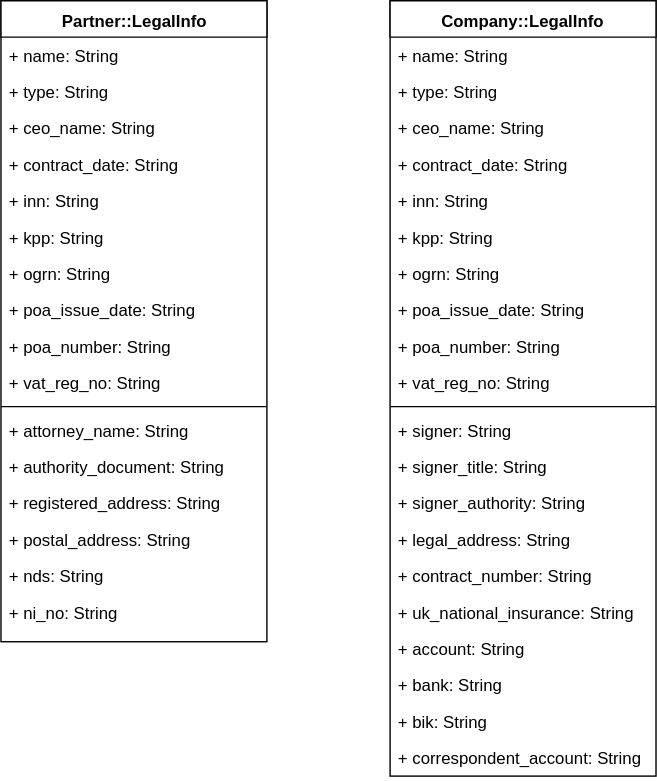
Earlier version of the draw.io export legal-info.svg (ajile/draw-io). Source tidied: cells renumbered, new cells last; positions are measured from the earlier drawing's top-left corner, leaving out a move shared by most shapes.
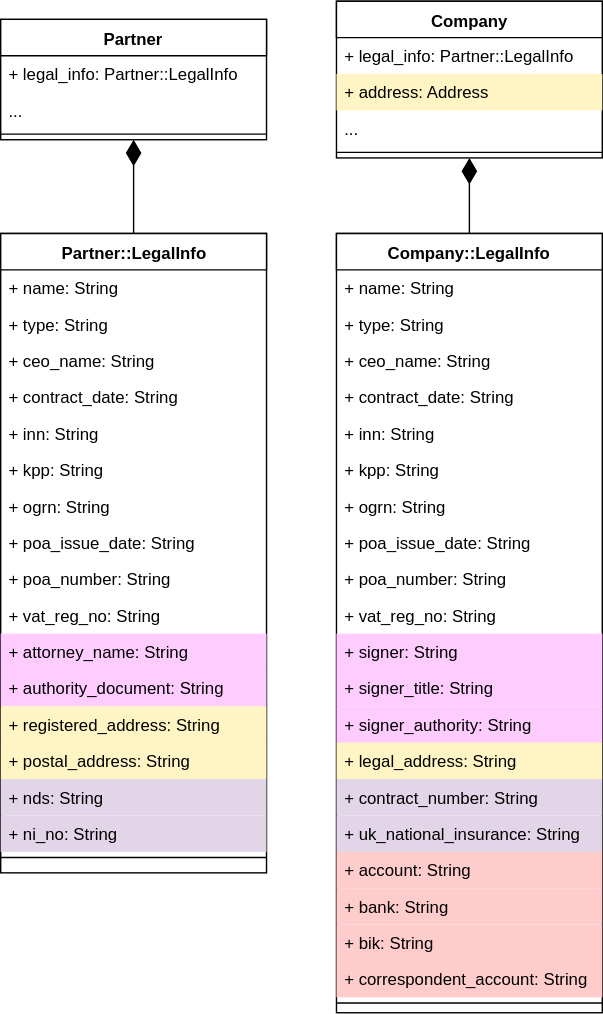
After the change.

What changed in the source:
```diff
@@ -2,8 +2,11 @@
   <root>
     <mxCell id="0" />
     <mxCell id="1" parent="0" />
+    <mxCell id="42" style="edgeStyle=orthogonalEdgeStyle;rounded=0;html=1;jettySize=auto;endArrow=diamondThin;endFill=1;endSize=16;" parent="1" edge="1" source="2" target="43">
+      <mxGeometry relative="1" as="geometry" />
+    </mxCell>
     <mxCell id="2" value="Partner::LegalInfo" style="swimlane;html=1;fontStyle=1;align=center;verticalAlign=top;horizontal=1;startSize=26;swimlaneFillColor=#ffffff;" parent="1" vertex="1">
-      <mxGeometry width="190" height="458" as="geometry" />
+      <mxGeometry y="91" width="190" height="457" as="geometry" />
     </mxCell>
     <mxCell id="3" value="+ name: String" style="text;html=1;strokeColor=none;fillColor=none;align=left;verticalAlign=top;spacingLeft=4;spacingRight=4;whiteSpace=wrap;overflow=hidden;" parent="2" vertex="1">
       <mxGeometry y="26" width="190" height="26" as="geometry" />
@@ -35,29 +38,29 @@
     <mxCell id="12" value="+ vat_reg_no: String" style="text;html=1;strokeColor=none;fillColor=none;align=left;verticalAlign=top;spacingLeft=4;spacingRight=4;whiteSpace=wrap;overflow=hidden;" parent="2" vertex="1">
       <mxGeometry y="260" width="190" height="26" as="geometry" />
     </mxCell>
-    <mxCell id="13" style="line;html=1;strokeWidth=1;fillColor=none;align=left;verticalAlign=middle;spacingTop=-1;spacingLeft=3;spacingRight=3;labelPosition=right;" parent="2" vertex="1">
-      <mxGeometry y="286" width="190" height="8" as="geometry" />
-    </mxCell>
-    <mxCell id="14" value="+ attorney_name: String" style="text;html=1;strokeColor=none;fillColor=none;align=left;verticalAlign=top;spacingLeft=4;spacingRight=4;whiteSpace=wrap;overflow=hidden;" parent="2" vertex="1">
-      <mxGeometry y="294" width="190" height="26" as="geometry" />
+    <mxCell id="14" value="+ attorney_name: String" style="text;html=1;strokeColor=none;fillColor=#FFCCFF;align=left;verticalAlign=top;spacingLeft=4;spacingRight=4;whiteSpace=wrap;overflow=hidden;" parent="2" vertex="1">
+      <mxGeometry y="286" width="190" height="26" as="geometry" />
     </mxCell>
-    <mxCell id="15" value="+ authority_document: String" style="text;html=1;strokeColor=none;fillColor=none;align=left;verticalAlign=top;spacingLeft=4;spacingRight=4;whiteSpace=wrap;overflow=hidden;" parent="2" vertex="1">
-      <mxGeometry y="320" width="190" height="26" as="geometry" />
+    <mxCell id="15" value="+ authority_document: String" style="text;html=1;strokeColor=none;fillColor=#FFCCFF;align=left;verticalAlign=top;spacingLeft=4;spacingRight=4;whiteSpace=wrap;overflow=hidden;" parent="2" vertex="1">
+      <mxGeometry y="312" width="190" height="26" as="geometry" />
     </mxCell>
-    <mxCell id="16" value="+ registered_address: String" style="text;html=1;strokeColor=none;fillColor=none;align=left;verticalAlign=top;spacingLeft=4;spacingRight=4;whiteSpace=wrap;overflow=hidden;" parent="2" vertex="1">
-      <mxGeometry y="346" width="190" height="26" as="geometry" />
+    <mxCell id="16" value="+ registered_address: String" style="text;html=1;strokeColor=none;fillColor=#FFF4C3;align=left;verticalAlign=top;spacingLeft=4;spacingRight=4;whiteSpace=wrap;overflow=hidden;" parent="2" vertex="1">
+      <mxGeometry y="338" width="190" height="26" as="geometry" />
     </mxCell>
-    <mxCell id="17" value="+ postal_address: String" style="text;html=1;strokeColor=none;fillColor=none;align=left;verticalAlign=top;spacingLeft=4;spacingRight=4;whiteSpace=wrap;overflow=hidden;" parent="2" vertex="1">
-      <mxGeometry y="372" width="190" height="26" as="geometry" />
+    <mxCell id="17" value="+ postal_address: String" style="text;html=1;strokeColor=none;fillColor=#FFF4C3;align=left;verticalAlign=top;spacingLeft=4;spacingRight=4;whiteSpace=wrap;overflow=hidden;" parent="2" vertex="1">
+      <mxGeometry y="364" width="190" height="26" as="geometry" />
     </mxCell>
-    <mxCell id="18" value="+ nds: String" style="text;html=1;strokeColor=none;fillColor=none;align=left;verticalAlign=top;spacingLeft=4;spacingRight=4;whiteSpace=wrap;overflow=hidden;" parent="2" vertex="1">
-      <mxGeometry y="398" width="190" height="26" as="geometry" />
+    <mxCell id="18" value="+ nds: String" style="text;html=1;strokeColor=none;fillColor=#E1D5E7;align=left;verticalAlign=top;spacingLeft=4;spacingRight=4;whiteSpace=wrap;overflow=hidden;" parent="2" vertex="1">
+      <mxGeometry y="390" width="190" height="26" as="geometry" />
     </mxCell>
-    <mxCell id="19" value="+ ni_no: String" style="text;html=1;strokeColor=none;fillColor=none;align=left;verticalAlign=top;spacingLeft=4;spacingRight=4;whiteSpace=wrap;overflow=hidden;" parent="2" vertex="1">
-      <mxGeometry y="424" width="190" height="26" as="geometry" />
+    <mxCell id="19" value="+ ni_no: String" style="text;html=1;strokeColor=none;fillColor=#E1D5E7;align=left;verticalAlign=top;spacingLeft=4;spacingRight=4;whiteSpace=wrap;overflow=hidden;" parent="2" vertex="1">
+      <mxGeometry y="416" width="190" height="26" as="geometry" />
     </mxCell>
+    <mxCell id="13" style="line;html=1;strokeWidth=1;fillColor=none;align=left;verticalAlign=middle;spacingTop=-1;spacingLeft=3;spacingRight=3;labelPosition=right;" parent="2" vertex="1">
+      <mxGeometry y="442" width="190" height="8" as="geometry" />
+    </mxCell>
     <mxCell id="20" value="Company::LegalInfo" style="swimlane;html=1;fontStyle=1;align=center;verticalAlign=top;horizontal=1;startSize=26;swimlaneFillColor=#ffffff;" parent="1" vertex="1">
-      <mxGeometry x="278" width="190" height="554" as="geometry" />
+      <mxGeometry x="240" y="91" width="190" height="557" as="geometry" />
     </mxCell>
     <mxCell id="21" value="+ name: String" style="text;html=1;strokeColor=none;fillColor=none;align=left;verticalAlign=top;spacingLeft=4;spacingRight=4;whiteSpace=wrap;overflow=hidden;" parent="20" vertex="1">
       <mxGeometry y="26" width="190" height="26" as="geometry" />
@@ -89,38 +92,68 @@
     <mxCell id="30" value="+ vat_reg_no: String" style="text;html=1;strokeColor=none;fillColor=none;align=left;verticalAlign=top;spacingLeft=4;spacingRight=4;whiteSpace=wrap;overflow=hidden;" parent="20" vertex="1">
       <mxGeometry y="260" width="190" height="26" as="geometry" />
     </mxCell>
-    <mxCell id="31" style="line;html=1;strokeWidth=1;fillColor=none;align=left;verticalAlign=middle;spacingTop=-1;spacingLeft=3;spacingRight=3;labelPosition=right;" parent="20" vertex="1">
-      <mxGeometry y="286" width="190" height="8" as="geometry" />
-    </mxCell>
-    <mxCell id="32" value="+ signer: String" style="text;html=1;strokeColor=none;fillColor=none;align=left;verticalAlign=top;spacingLeft=4;spacingRight=4;whiteSpace=wrap;overflow=hidden;" parent="20" vertex="1">
-      <mxGeometry y="294" width="190" height="26" as="geometry" />
+    <mxCell id="32" value="+ signer: String" style="text;html=1;strokeColor=none;fillColor=#FFCCFF;align=left;verticalAlign=top;spacingLeft=4;spacingRight=4;whiteSpace=wrap;overflow=hidden;" parent="20" vertex="1">
+      <mxGeometry y="286" width="190" height="26" as="geometry" />
     </mxCell>
-    <mxCell id="33" value="+ signer_title: String" style="text;html=1;strokeColor=none;fillColor=none;align=left;verticalAlign=top;spacingLeft=4;spacingRight=4;whiteSpace=wrap;overflow=hidden;" parent="20" vertex="1">
-      <mxGeometry y="320" width="190" height="26" as="geometry" />
+    <mxCell id="33" value="+ signer_title: String" style="text;html=1;strokeColor=none;fillColor=#FFCCFF;align=left;verticalAlign=top;spacingLeft=4;spacingRight=4;whiteSpace=wrap;overflow=hidden;" parent="20" vertex="1">
+      <mxGeometry y="312" width="190" height="26" as="geometry" />
     </mxCell>
-    <mxCell id="34" value="+ signer_authority: String" style="text;html=1;strokeColor=none;fillColor=none;align=left;verticalAlign=top;spacingLeft=4;spacingRight=4;whiteSpace=wrap;overflow=hidden;" parent="20" vertex="1">
-      <mxGeometry y="346" width="190" height="26" as="geometry" />
+    <mxCell id="34" value="+ signer_authority: String" style="text;html=1;strokeColor=none;fillColor=#FFCCFF;align=left;verticalAlign=top;spacingLeft=4;spacingRight=4;whiteSpace=wrap;overflow=hidden;" parent="20" vertex="1">
+      <mxGeometry y="338" width="190" height="26" as="geometry" />
     </mxCell>
-    <mxCell id="35" value="+ legal_address: String" style="text;html=1;strokeColor=none;fillColor=none;align=left;verticalAlign=top;spacingLeft=4;spacingRight=4;whiteSpace=wrap;overflow=hidden;" parent="20" vertex="1">
-      <mxGeometry y="372" width="190" height="26" as="geometry" />
+    <mxCell id="35" value="+ legal_address: String" style="text;html=1;strokeColor=none;fillColor=#FFF4C3;align=left;verticalAlign=top;spacingLeft=4;spacingRight=4;whiteSpace=wrap;overflow=hidden;" parent="20" vertex="1">
+      <mxGeometry y="364" width="190" height="26" as="geometry" />
     </mxCell>
-    <mxCell id="36" value="+ contract_number: String" style="text;html=1;strokeColor=none;fillColor=none;align=left;verticalAlign=top;spacingLeft=4;spacingRight=4;whiteSpace=wrap;overflow=hidden;" parent="20" vertex="1">
-      <mxGeometry y="398" width="190" height="26" as="geometry" />
+    <mxCell id="36" value="+ contract_number: String" style="text;html=1;strokeColor=none;fillColor=#E1D5E7;align=left;verticalAlign=top;spacingLeft=4;spacingRight=4;whiteSpace=wrap;overflow=hidden;" parent="20" vertex="1">
+      <mxGeometry y="390" width="190" height="26" as="geometry" />
     </mxCell>
-    <mxCell id="37" value="+ uk_national_insurance: String" style="text;html=1;strokeColor=none;fillColor=none;align=left;verticalAlign=top;spacingLeft=4;spacingRight=4;whiteSpace=wrap;overflow=hidden;" parent="20" vertex="1">
-      <mxGeometry y="424" width="190" height="26" as="geometry" />
+    <mxCell id="37" value="+ uk_national_insurance: String" style="text;html=1;strokeColor=none;fillColor=#E1D5E7;align=left;verticalAlign=top;spacingLeft=4;spacingRight=4;whiteSpace=wrap;overflow=hidden;" parent="20" vertex="1">
+      <mxGeometry y="416" width="190" height="26" as="geometry" />
     </mxCell>
-    <mxCell id="38" value="+ account: String" style="text;html=1;strokeColor=none;fillColor=none;align=left;verticalAlign=top;spacingLeft=4;spacingRight=4;whiteSpace=wrap;overflow=hidden;" parent="20" vertex="1">
-      <mxGeometry y="450" width="190" height="26" as="geometry" />
+    <mxCell id="38" value="+ account: String" style="text;html=1;strokeColor=none;fillColor=#FFCCCC;align=left;verticalAlign=top;spacingLeft=4;spacingRight=4;whiteSpace=wrap;overflow=hidden;" parent="20" vertex="1">
+      <mxGeometry y="442" width="190" height="26" as="geometry" />
     </mxCell>
-    <mxCell id="39" value="+ bank: String" style="text;html=1;strokeColor=none;fillColor=none;align=left;verticalAlign=top;spacingLeft=4;spacingRight=4;whiteSpace=wrap;overflow=hidden;" parent="20" vertex="1">
-      <mxGeometry y="476" width="190" height="26" as="geometry" />
+    <mxCell id="39" value="+ bank: String" style="text;html=1;strokeColor=none;fillColor=#FFCCCC;align=left;verticalAlign=top;spacingLeft=4;spacingRight=4;whiteSpace=wrap;overflow=hidden;" parent="20" vertex="1">
+      <mxGeometry y="468" width="190" height="26" as="geometry" />
     </mxCell>
-    <mxCell id="40" value="+ bik: String" style="text;html=1;strokeColor=none;fillColor=none;align=left;verticalAlign=top;spacingLeft=4;spacingRight=4;whiteSpace=wrap;overflow=hidden;" parent="20" vertex="1">
-      <mxGeometry y="502" width="190" height="26" as="geometry" />
+    <mxCell id="40" value="+ bik: String" style="text;html=1;strokeColor=none;fillColor=#FFCCCC;align=left;verticalAlign=top;spacingLeft=4;spacingRight=4;whiteSpace=wrap;overflow=hidden;" parent="20" vertex="1">
+      <mxGeometry y="494" width="190" height="26" as="geometry" />
     </mxCell>
-    <mxCell id="41" value="+ correspondent_account: String" style="text;html=1;strokeColor=none;fillColor=none;align=left;verticalAlign=top;spacingLeft=4;spacingRight=4;whiteSpace=wrap;overflow=hidden;" parent="20" vertex="1">
-      <mxGeometry y="528" width="190" height="26" as="geometry" />
+    <mxCell id="41" value="+ correspondent_account: String" style="text;html=1;strokeColor=none;fillColor=#FFCCCC;align=left;verticalAlign=top;spacingLeft=4;spacingRight=4;whiteSpace=wrap;overflow=hidden;" parent="20" vertex="1">
+      <mxGeometry y="520" width="190" height="26" as="geometry" />
     </mxCell>
+    <mxCell id="31" style="line;html=1;strokeWidth=1;fillColor=none;align=left;verticalAlign=middle;spacingTop=-1;spacingLeft=3;spacingRight=3;labelPosition=right;" parent="20" vertex="1">
+      <mxGeometry y="546" width="190" height="8" as="geometry" />
+    </mxCell>
+    <mxCell id="43" value="Partner" style="swimlane;html=1;fontStyle=1;align=center;verticalAlign=top;horizontal=1;startSize=26;swimlaneFillColor=#ffffff;" parent="1" vertex="1">
+      <mxGeometry y="-62" width="190" height="86" as="geometry" />
+    </mxCell>
+    <mxCell id="44" value="+ legal_info: Partner::LegalInfo" style="text;html=1;strokeColor=none;fillColor=none;align=left;verticalAlign=top;spacingLeft=4;spacingRight=4;whiteSpace=wrap;overflow=hidden;" parent="43" vertex="1">
+      <mxGeometry y="26" width="190" height="26" as="geometry" />
+    </mxCell>
+    <mxCell id="45" value="..." style="text;html=1;strokeColor=none;fillColor=none;align=left;verticalAlign=top;spacingLeft=4;spacingRight=4;whiteSpace=wrap;overflow=hidden;" parent="43" vertex="1">
+      <mxGeometry y="52" width="190" height="26" as="geometry" />
+    </mxCell>
+    <mxCell id="46" style="line;html=1;strokeWidth=1;fillColor=none;align=left;verticalAlign=middle;spacingTop=-1;spacingLeft=3;spacingRight=3;labelPosition=right;" parent="43" vertex="1">
+      <mxGeometry y="78" width="190" height="8" as="geometry" />
+    </mxCell>
+    <mxCell id="47" value="Company" style="swimlane;html=1;fontStyle=1;align=center;verticalAlign=top;horizontal=1;startSize=26;swimlaneFillColor=#ffffff;" parent="1" vertex="1">
+      <mxGeometry x="240" y="-75" width="190" height="112" as="geometry" />
+    </mxCell>
+    <mxCell id="48" value="+ legal_info: Partner::LegalInfo" style="text;html=1;strokeColor=none;fillColor=none;align=left;verticalAlign=top;spacingLeft=4;spacingRight=4;whiteSpace=wrap;overflow=hidden;" parent="47" vertex="1">
+      <mxGeometry y="26" width="190" height="26" as="geometry" />
+    </mxCell>
+    <mxCell id="49" value="+ address: Address" style="text;html=1;strokeColor=none;fillColor=#FFF4C3;align=left;verticalAlign=top;spacingLeft=4;spacingRight=4;whiteSpace=wrap;overflow=hidden;" parent="47" vertex="1">
+      <mxGeometry y="52" width="190" height="26" as="geometry" />
+    </mxCell>
+    <mxCell id="50" value="..." style="text;html=1;strokeColor=none;fillColor=none;align=left;verticalAlign=top;spacingLeft=4;spacingRight=4;whiteSpace=wrap;overflow=hidden;" parent="47" vertex="1">
+      <mxGeometry y="78" width="190" height="26" as="geometry" />
+    </mxCell>
+    <mxCell id="51" style="line;html=1;strokeWidth=1;fillColor=none;align=left;verticalAlign=middle;spacingTop=-1;spacingLeft=3;spacingRight=3;labelPosition=right;" parent="47" vertex="1">
+      <mxGeometry y="104" width="190" height="8" as="geometry" />
+    </mxCell>
+    <mxCell id="52" style="edgeStyle=orthogonalEdgeStyle;rounded=0;html=1;jettySize=auto;endArrow=diamondThin;endFill=1;endSize=16;" parent="1" edge="1" source="20" target="47">
+      <mxGeometry relative="1" as="geometry" />
+    </mxCell>
   </root>
 </mxGraphModel>
```
